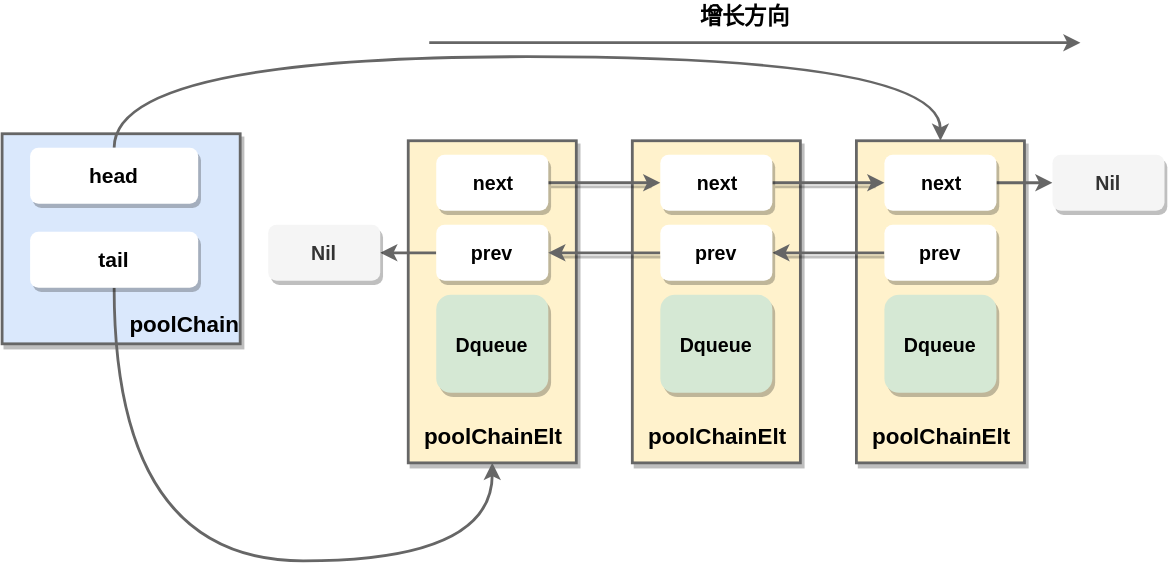
This is golang/assets/poolchain.drawio.svg from pycer/note, a draw.io export, as it was before one commit. Source tidied: cells renumbered, new cells last; positions are measured from the earlier drawing's top-left corner, leaving out a move shared by most shapes.
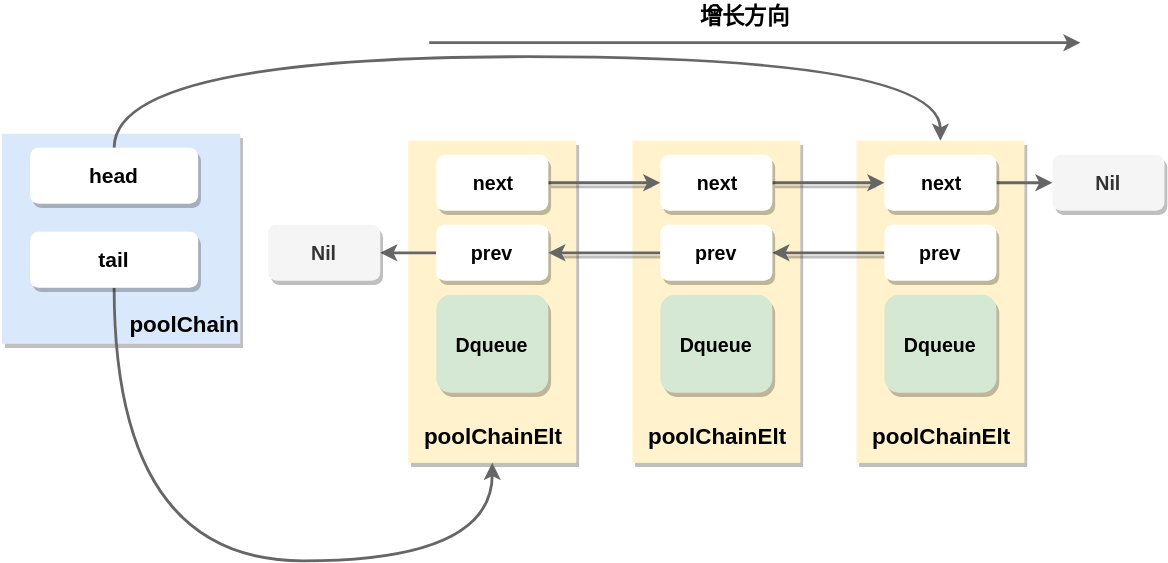
Later version of the same file.

What changed in the source:
```diff
@@ -2,16 +2,16 @@
   <root>
     <mxCell id="0" />
     <mxCell id="1" parent="0" />
-    <mxCell id="2" style="rounded=0;whiteSpace=wrap;html=1;strokeColor=#666666;fillColor=#dae8fc;strokeWidth=2;shadow=1;" parent="1" vertex="1">
+    <mxCell id="2" style="rounded=0;whiteSpace=wrap;html=1;strokeColor=none;fillColor=#dae8fc;strokeWidth=2;shadow=1;" parent="1" vertex="1">
       <mxGeometry y="95" width="170" height="150" as="geometry" />
     </mxCell>
-    <mxCell id="3" style="rounded=0;whiteSpace=wrap;html=1;strokeColor=#666666;fillColor=#fff2cc;shadow=1;strokeWidth=2;" parent="1" vertex="1">
+    <mxCell id="3" style="rounded=0;whiteSpace=wrap;html=1;strokeColor=none;fillColor=#fff2cc;shadow=1;strokeWidth=2;" parent="1" vertex="1">
       <mxGeometry x="610" y="100" width="120" height="230" as="geometry" />
     </mxCell>
-    <mxCell id="4" style="rounded=0;whiteSpace=wrap;html=1;strokeColor=#666666;fillColor=#fff2cc;shadow=1;strokeWidth=2;" parent="1" vertex="1">
+    <mxCell id="4" style="rounded=0;whiteSpace=wrap;html=1;strokeColor=none;fillColor=#fff2cc;shadow=1;strokeWidth=2;" parent="1" vertex="1">
       <mxGeometry x="450" y="100" width="120" height="230" as="geometry" />
     </mxCell>
-    <mxCell id="5" style="rounded=0;whiteSpace=wrap;html=1;strokeColor=#666666;fillColor=#fff2cc;shadow=1;strokeWidth=2;" parent="1" vertex="1">
+    <mxCell id="5" style="rounded=0;whiteSpace=wrap;html=1;strokeColor=none;fillColor=#fff2cc;shadow=1;strokeWidth=2;" parent="1" vertex="1">
       <mxGeometry x="290" y="100" width="120" height="230" as="geometry" />
     </mxCell>
     <mxCell id="6" style="edgeStyle=orthogonalEdgeStyle;curved=1;rounded=0;jettySize=auto;html=1;entryX=0.5;entryY=0;entryDx=0;entryDy=0;shadow=0;strokeWidth=2;strokeColor=#666666;exitX=0.5;exitY=0;exitDx=0;exitDy=0;" parent="1" edge="1" source="7" target="3">
```
